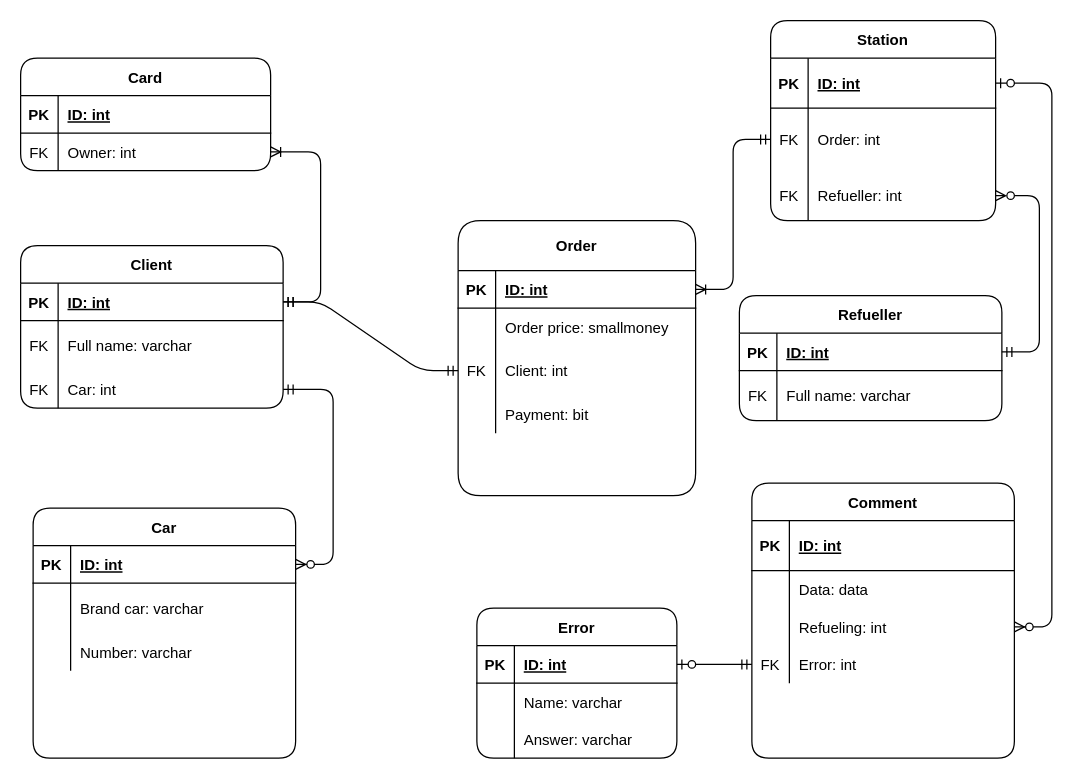
The draw.io diagram page "Physical" (2 of 2) of Diagrams/ERD.drawio in aleksey899/gas-station, before the edit. Source tidied: cells renumbered, new cells numbered last; positions are measured from the earlier drawing's top-left corner, leaving out a move shared by most shapes. Both pictures are drawn from the tidied source at 125%, with x=0, y=0 at pixel (20, 20).
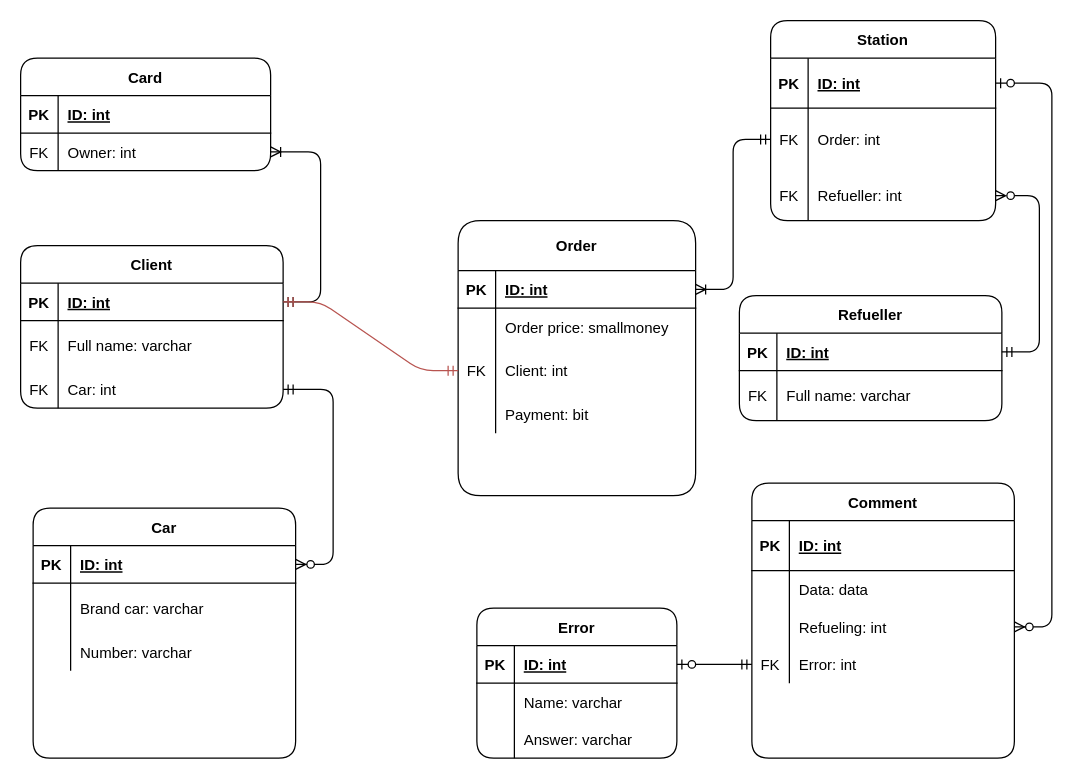
Above is the later version.

The change refers to these unchanged cells:
```xml
<mxCell id="30" style="shape=partialRectangle;fillColor=none;top=0;left=0;bottom=0;right=0;points=[[0,0.5],[1,0.5]];portConstraint=eastwest;" parent="23" vertex="1">
  <mxGeometry y="100" width="190" height="40" as="geometry" />
</mxCell>
<mxCell id="57" style="shape=partialRectangle;fillColor=none;points=[[0,0.5],[1,0.5]];portConstraint=eastwest;top=0;left=0;right=0;bottom=1;" parent="56" vertex="1">
  <mxGeometry y="30" width="210" height="30" as="geometry" />
</mxCell>
```

Change to the diagram source:
```diff
@@
-    <mxCell id="87" style="edgeStyle=entityRelationEdgeStyle;fontSize=12;html=1;endArrow=ERmandOne;endFill=0;strokeColor=#000000;startArrow=ERmandOne;startFill=0;" parent="1" edge="1" source="57" target="30">
+    <mxCell id="87" style="edgeStyle=entityRelationEdgeStyle;fontSize=12;html=1;endArrow=ERmandOne;endFill=0;strokeColor=#b85450;startArrow=ERmandOne;startFill=0;fillColor=#f8cecc;" parent="1" edge="1" source="57" target="30">
       <mxGeometry relative="1" as="geometry" />
     </mxCell>
```
